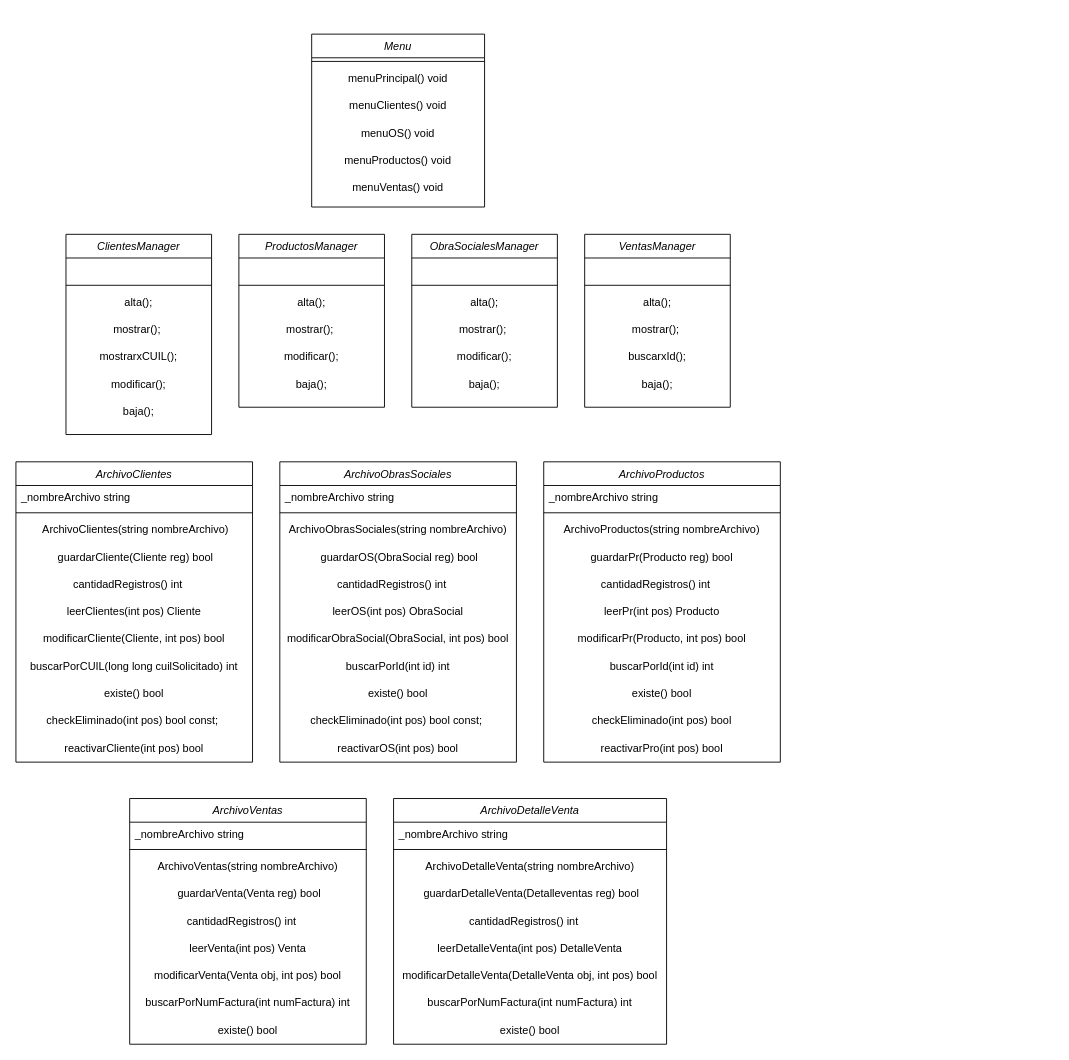
Earlier version of the draw.io diagram ClasesArchivosyManagers.drawio (jiriberri/farmaceutica-utn). Source tidied: cells renumbered, new cells numbered last; positions are measured from the earlier drawing's top-left corner, leaving out a move shared by most shapes. Both pictures are drawn from the tidied source at 91%, with x=0, y=0 at pixel (15, 34).
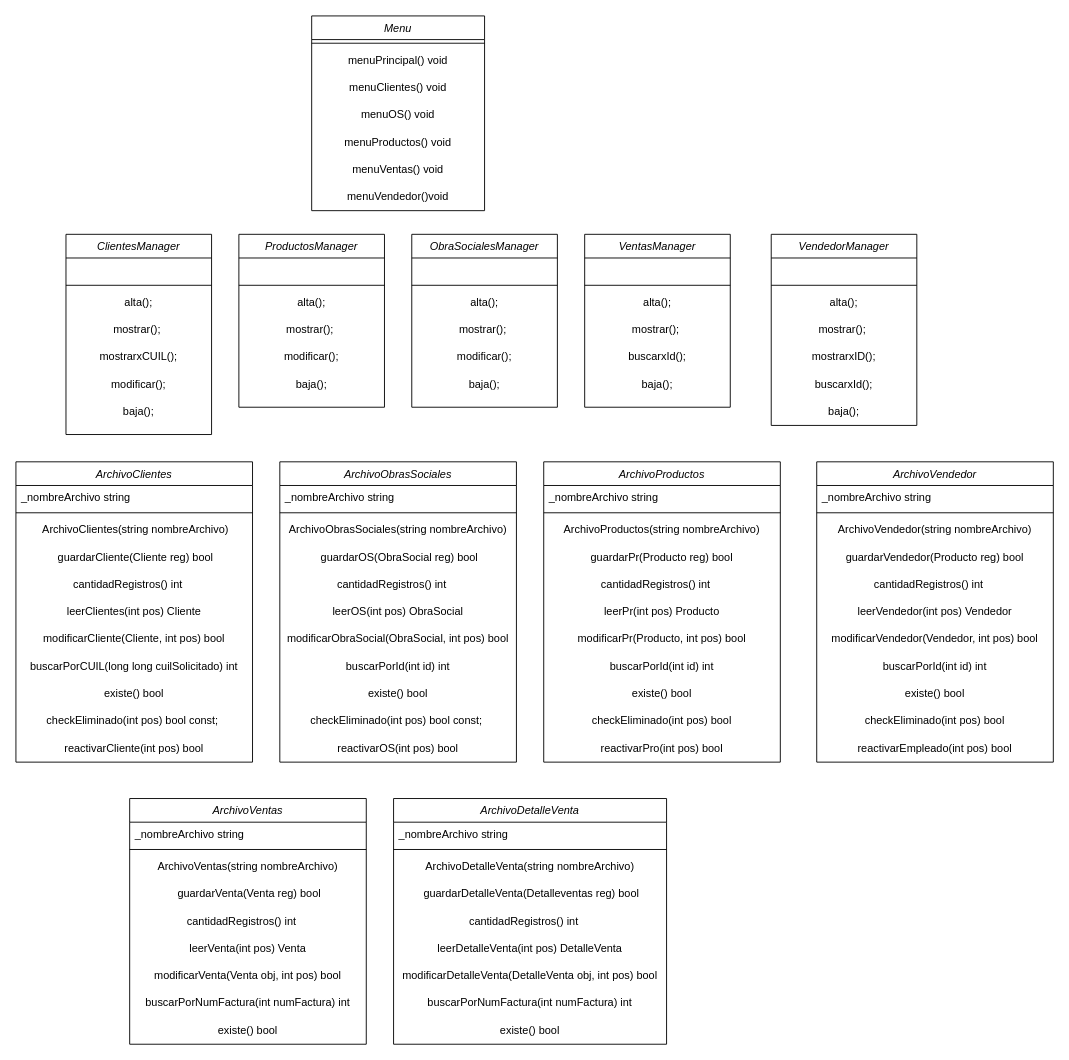
Above is the later version.

Commit message (it also covers changes not shown here):
Se implemento la clase Vendedor en Venta

What changed in the source:
```diff
@@
     <mxCell id="67" value="Menu" style="swimlane;fontStyle=2;align=center;verticalAlign=top;horizontal=1;startSize=26;rounded=0;shadow=0;strokeWidth=1;" parent="1" vertex="1">
-      <mxGeometry x="325" width="190" height="190" as="geometry" />
+      <mxGeometry x="325" y="-20" width="190" height="214" as="geometry" />
     </mxCell>
@@
+    <mxCell id="94" value="menuVendedor()void" style="text;html=1;whiteSpace=wrap;strokeColor=none;fillColor=none;align=center;verticalAlign=middle;rounded=0;" parent="67" vertex="1">
+      <mxGeometry y="184" width="190" height="30" as="geometry" />
+    </mxCell>
@@
+    <mxCell id="95" value="VendedorManager" style="swimlane;fontStyle=2;align=center;verticalAlign=top;horizontal=1;startSize=26;rounded=0;shadow=0;strokeWidth=1;" parent="1" vertex="1">
+      <mxGeometry x="830" y="220" width="160" height="210" as="geometry" />
+    </mxCell>
+    <mxCell id="96" value="&#10;" style="text;align=left;verticalAlign=top;spacingLeft=4;spacingRight=4;overflow=hidden;rounded=0;shadow=0;html=0;" parent="95" vertex="1">
+      <mxGeometry y="26" width="160" height="26" as="geometry" />
+    </mxCell>
+    <mxCell id="97" style="line;html=1;strokeWidth=1;align=left;verticalAlign=middle;spacingTop=-1;spacingLeft=3;spacingRight=3;labelPosition=right;" parent="95" vertex="1">
+      <mxGeometry y="52" width="160" height="8" as="geometry" />
+    </mxCell>
+    <mxCell id="98" value="alta();" style="text;html=1;whiteSpace=wrap;strokeColor=none;fillColor=none;align=center;verticalAlign=middle;rounded=0;" parent="95" vertex="1">
+      <mxGeometry y="60" width="160" height="30" as="geometry" />
+    </mxCell>
+    <mxCell id="99" value="mostrar();&amp;nbsp;" style="text;html=1;whiteSpace=wrap;strokeColor=none;fillColor=none;align=center;verticalAlign=middle;rounded=0;" parent="95" vertex="1">
+      <mxGeometry y="90" width="160" height="30" as="geometry" />
+    </mxCell>
+    <mxCell id="100" value="mostrarxID();" style="text;html=1;whiteSpace=wrap;strokeColor=none;fillColor=none;align=center;verticalAlign=middle;rounded=0;" parent="95" vertex="1">
+      <mxGeometry y="120" width="160" height="30" as="geometry" />
+    </mxCell>
+    <mxCell id="101" value="buscarxId();" style="text;html=1;whiteSpace=wrap;strokeColor=none;fillColor=none;align=center;verticalAlign=middle;rounded=0;" parent="95" vertex="1">
+      <mxGeometry y="150" width="160" height="30" as="geometry" />
+    </mxCell>
+    <mxCell id="102" value="baja();" style="text;html=1;whiteSpace=wrap;strokeColor=none;fillColor=none;align=center;verticalAlign=middle;rounded=0;" parent="95" vertex="1">
+      <mxGeometry y="180" width="160" height="30" as="geometry" />
+    </mxCell>
+    <mxCell id="103" value="ArchivoVendedor" style="swimlane;fontStyle=2;align=center;verticalAlign=top;horizontal=1;startSize=26;rounded=0;shadow=0;strokeWidth=1;" parent="1" vertex="1">
+      <mxGeometry x="880" y="470" width="260" height="330" as="geometry" />
+    </mxCell>
+    <mxCell id="104" value="_nombreArchivo string" style="text;align=left;verticalAlign=top;spacingLeft=4;spacingRight=4;overflow=hidden;rounded=0;shadow=0;html=0;" parent="103" vertex="1">
+      <mxGeometry y="26" width="260" height="26" as="geometry" />
+    </mxCell>
+    <mxCell id="105" style="line;html=1;strokeWidth=1;align=left;verticalAlign=middle;spacingTop=-1;spacingLeft=3;spacingRight=3;labelPosition=right;" parent="103" vertex="1">
+      <mxGeometry y="52" width="260" height="8" as="geometry" />
+    </mxCell>
+    <mxCell id="106" value="ArchivoVendedor(string nombreArchivo)" style="text;html=1;whiteSpace=wrap;strokeColor=none;fillColor=none;align=center;verticalAlign=middle;rounded=0;" parent="103" vertex="1">
+      <mxGeometry y="60" width="260" height="30" as="geometry" />
+    </mxCell>
+    <mxCell id="107" value="guardarVendedor(Producto reg) bool" style="text;html=1;whiteSpace=wrap;strokeColor=none;fillColor=none;align=center;verticalAlign=middle;rounded=0;" parent="103" vertex="1">
+      <mxGeometry y="90" width="260" height="30" as="geometry" />
+    </mxCell>
+    <mxCell id="108" value="cantidadRegistros() int&amp;nbsp; &amp;nbsp;&amp;nbsp;" style="text;html=1;whiteSpace=wrap;strokeColor=none;fillColor=none;align=center;verticalAlign=middle;rounded=0;" parent="103" vertex="1">
+      <mxGeometry y="120" width="260" height="30" as="geometry" />
+    </mxCell>
+    <mxCell id="109" value="leerVendedor(int pos) Vendedor" style="text;html=1;whiteSpace=wrap;strokeColor=none;fillColor=none;align=center;verticalAlign=middle;rounded=0;" parent="103" vertex="1">
+      <mxGeometry y="150" width="260" height="30" as="geometry" />
+    </mxCell>
+    <mxCell id="110" value="modificarVendedor(Vendedor, int pos) bool" style="text;html=1;whiteSpace=wrap;strokeColor=none;fillColor=none;align=center;verticalAlign=middle;rounded=0;" parent="103" vertex="1">
+      <mxGeometry y="180" width="260" height="30" as="geometry" />
+    </mxCell>
+    <mxCell id="111" value="buscarPorId(int id) int" style="text;html=1;whiteSpace=wrap;strokeColor=none;fillColor=none;align=center;verticalAlign=middle;rounded=0;" parent="103" vertex="1">
+      <mxGeometry y="210" width="260" height="30" as="geometry" />
+    </mxCell>
+    <mxCell id="112" value="existe() bool" style="text;html=1;whiteSpace=wrap;strokeColor=none;fillColor=none;align=center;verticalAlign=middle;rounded=0;" parent="103" vertex="1">
+      <mxGeometry y="240" width="260" height="30" as="geometry" />
+    </mxCell>
+    <mxCell id="113" value="checkEliminado(int pos) bool" style="text;html=1;whiteSpace=wrap;strokeColor=none;fillColor=none;align=center;verticalAlign=middle;rounded=0;" parent="103" vertex="1">
+      <mxGeometry y="270" width="260" height="30" as="geometry" />
+    </mxCell>
+    <mxCell id="114" value="reactivarEmpleado(int pos) bool" style="text;html=1;whiteSpace=wrap;strokeColor=none;fillColor=none;align=center;verticalAlign=middle;rounded=0;" parent="103" vertex="1">
+      <mxGeometry y="300" width="260" height="30" as="geometry" />
+    </mxCell>
```
